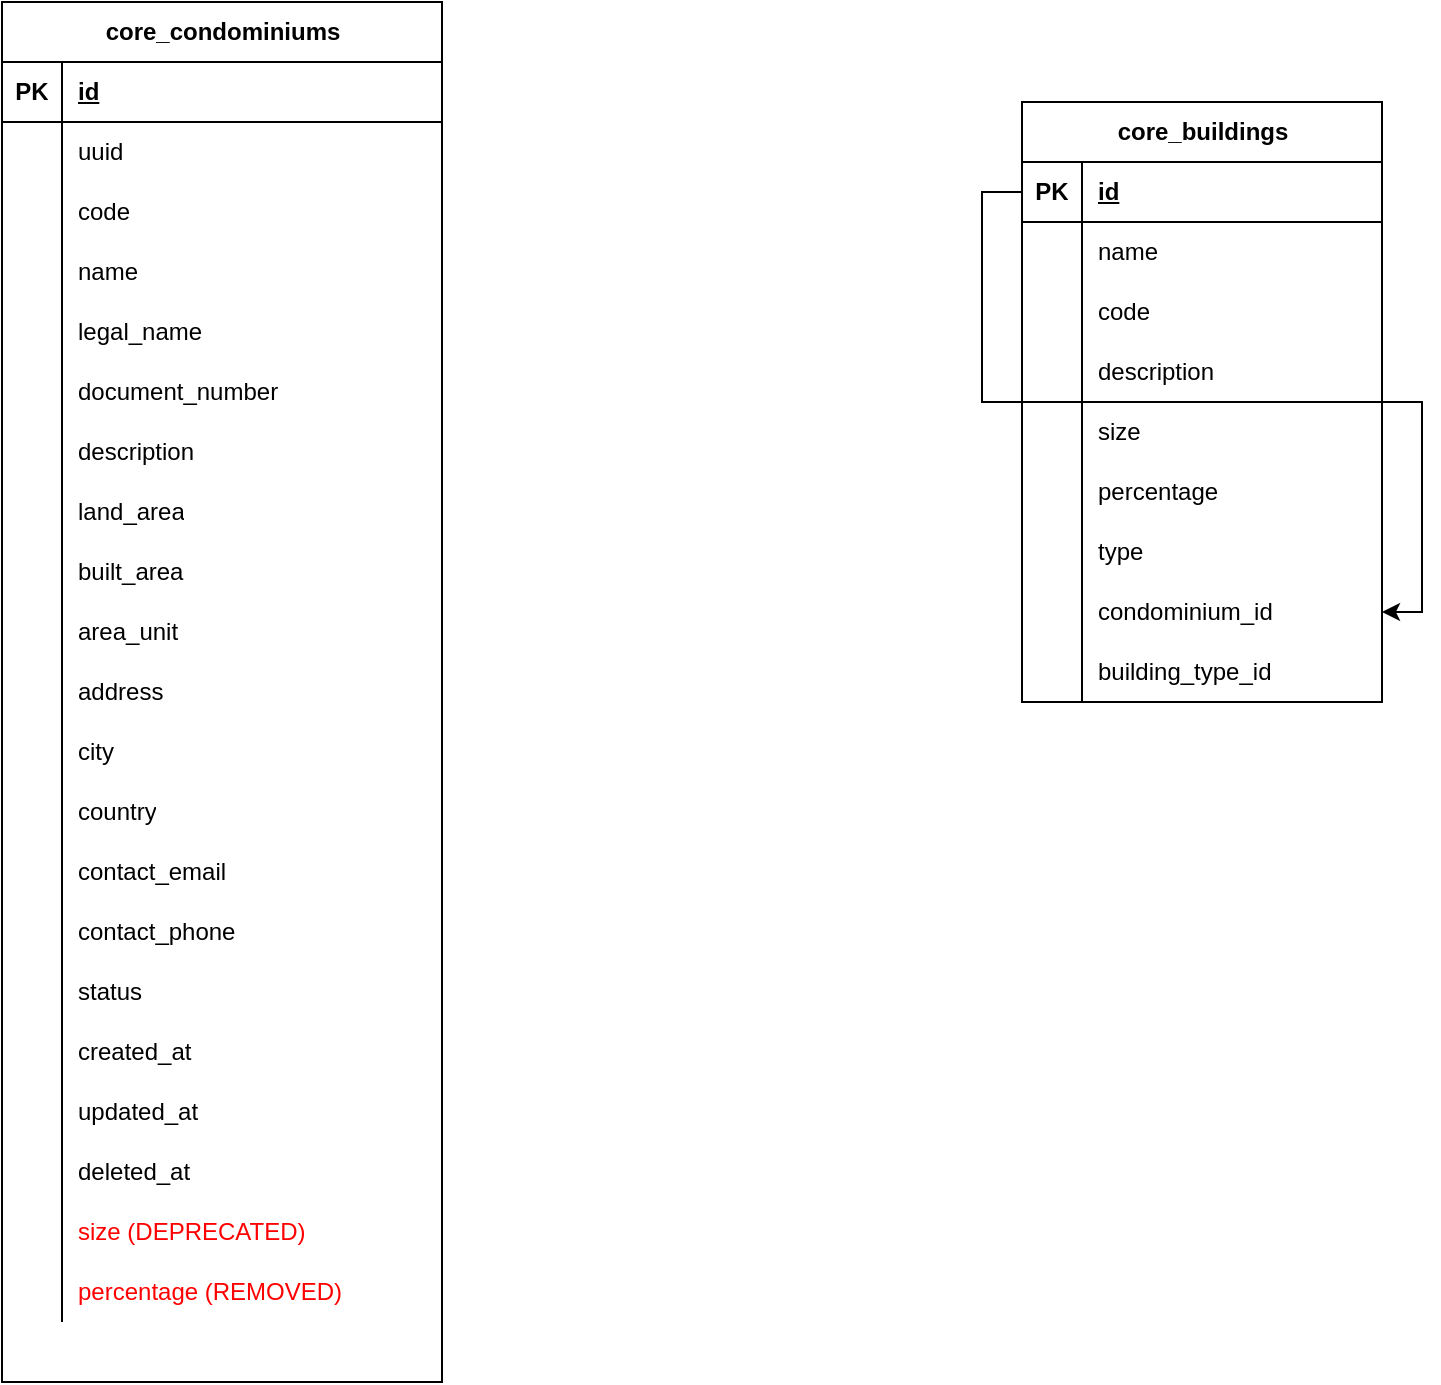
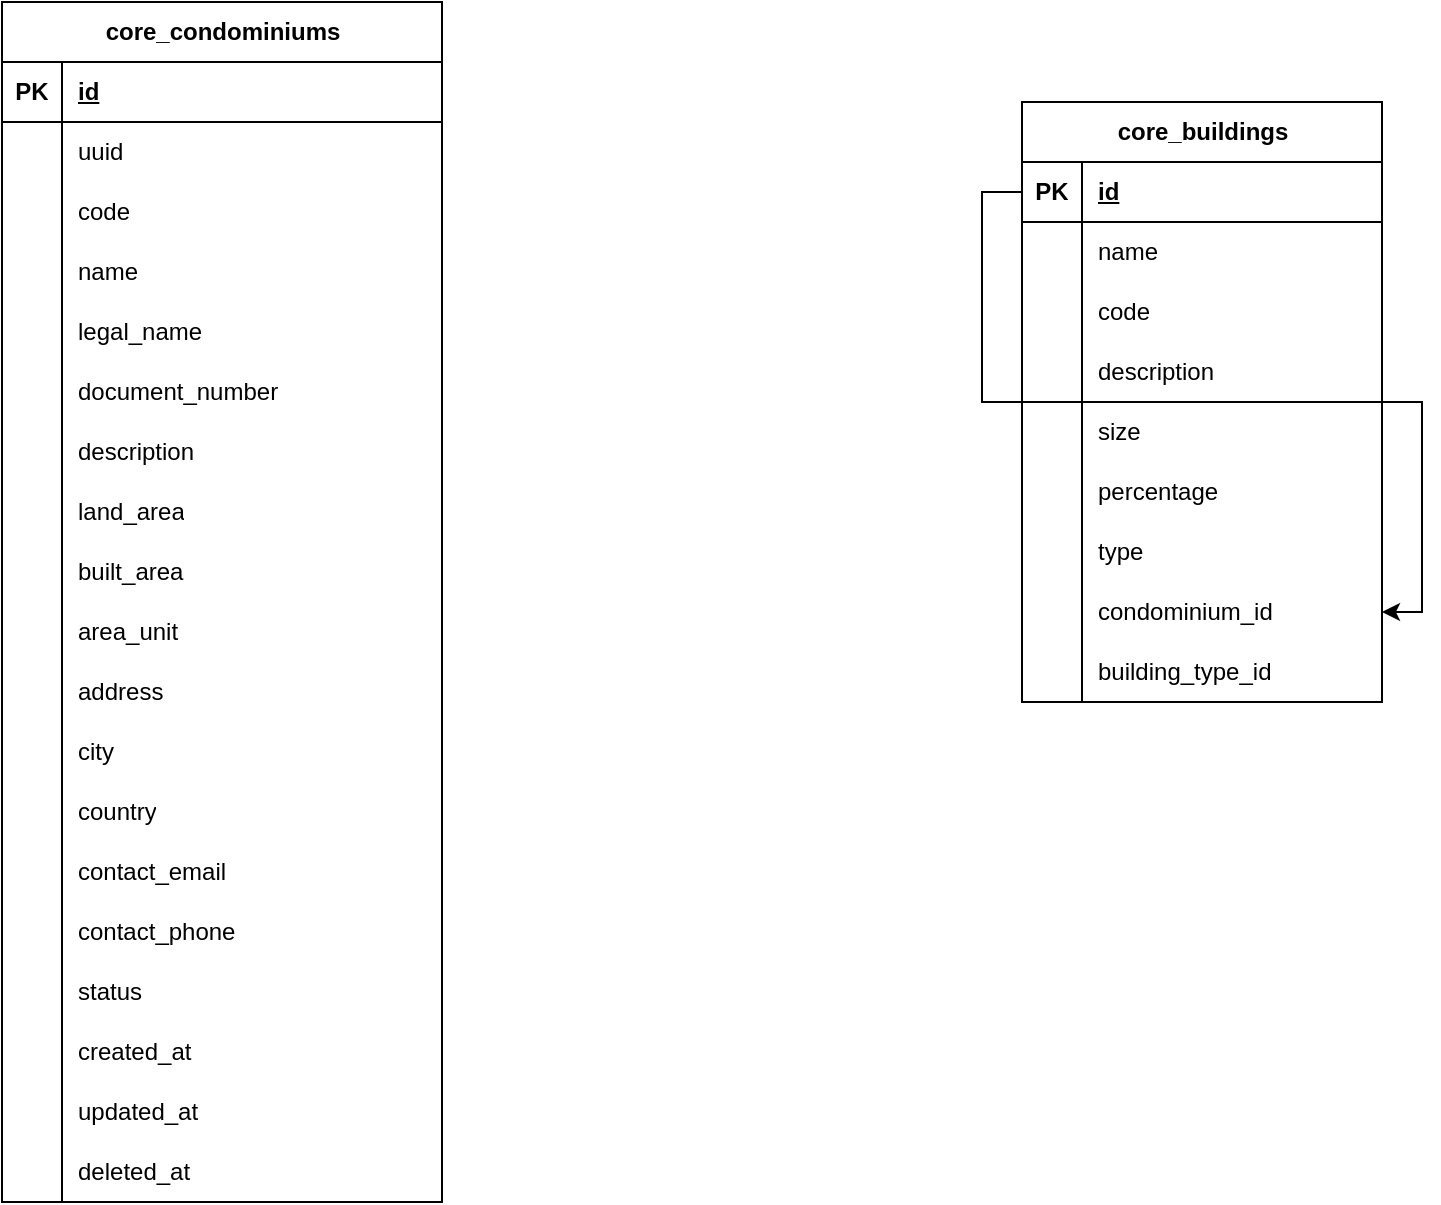
<mxfile host="Electron" agent="Mozilla/5.0 (Windows NT 10.0; Win64; x64) AppleWebKit/537.36 (KHTML, like Gecko) draw.io/29.5.2 Chrome/142.0.7444.265 Electron/39.6.1 Safari/537.36" version="29.5.2">
  <diagram name="Página-1" id="JGPIuedglYrKb9C4uH58">
    <mxGraphModel dx="1426" dy="2010" grid="1" gridSize="10" guides="1" tooltips="1" connect="1" arrows="1" fold="1" page="1" pageScale="1" pageWidth="827" pageHeight="1169" math="0" shadow="0">
      <root>
        <mxCell id="0" />
        <mxCell id="1" parent="0" />
        <!-- core_condominiums - UPDATED -->
        <mxCell id="ggqYYXc8T07ypDqH9P09-1" parent="1" style="shape=table;startSize=30;container=1;collapsible=1;childLayout=tableLayout;fixedRows=1;rowLines=0;fontStyle=1;align=center;resizeLast=1;html=1;" value="core_condominiums" vertex="1">
-           <mxGeometry height="690" width="220" x="70" y="250" as="geometry" />
+           <mxGeometry height="600" width="220" x="70" y="250" as="geometry" />
        </mxCell>
        <mxCell id="ggqYYXc8T07ypDqH9P09-2" parent="ggqYYXc8T07ypDqH9P09-1" style="shape=tableRow;horizontal=0;startSize=0;swimlaneHead=0;swimlaneBody=0;fillColor=none;collapsible=0;dropTarget=0;points=[[0,0.5],[1,0.5]];portConstraint=eastwest;top=0;left=0;right=0;bottom=1;" value="" vertex="1">
          <mxGeometry height="30" width="220" y="30" as="geometry" />
        </mxCell>
        <mxCell id="ggqYYXc8T07ypDqH9P09-3" parent="ggqYYXc8T07ypDqH9P09-2" style="shape=partialRectangle;connectable=0;fillColor=none;top=0;left=0;bottom=0;right=0;fontStyle=1;overflow=hidden;whiteSpace=wrap;html=1;" value="PK" vertex="1">
          <mxGeometry height="30" width="30" as="geometry">
            <mxRectangle height="30" width="30" as="alternateBounds" />
          </mxGeometry>
        </mxCell>
        <mxCell id="ggqYYXc8T07ypDqH9P09-4" parent="ggqYYXc8T07ypDqH9P09-2" style="shape=partialRectangle;connectable=0;fillColor=none;top=0;left=0;bottom=0;right=0;align=left;spacingLeft=6;fontStyle=5;overflow=hidden;whiteSpace=wrap;html=1;" value="id" vertex="1">
          <mxGeometry height="30" width="190" x="30" as="geometry">
            <mxRectangle height="30" width="190" as="alternateBounds" />
          </mxGeometry>
        </mxCell>
        <mxCell id="ggqYYXc8T07ypDqH9P09-5" parent="ggqYYXc8T07ypDqH9P09-1" style="shape=tableRow;horizontal=0;startSize=0;swimlaneHead=0;swimlaneBody=0;fillColor=none;collapsible=0;dropTarget=0;points=[[0,0.5],[1,0.5]];portConstraint=eastwest;top=0;left=0;right=0;bottom=0;" value="" vertex="1">
          <mxGeometry height="30" width="220" y="60" as="geometry" />
        </mxCell>
        <mxCell id="ggqYYXc8T07ypDqH9P09-6" parent="ggqYYXc8T07ypDqH9P09-5" style="shape=partialRectangle;connectable=0;fillColor=none;top=0;left=0;bottom=0;right=0;overflow=hidden;whiteSpace=wrap;html=1;" value="" vertex="1">
          <mxGeometry height="30" width="30" as="geometry">
            <mxRectangle height="30" width="30" as="alternateBounds" />
          </mxGeometry>
        </mxCell>
        <mxCell id="ggqYYXc8T07ypDqH9P09-7" parent="ggqYYXc8T07ypDqH9P09-5" style="shape=partialRectangle;connectable=0;fillColor=none;top=0;left=0;bottom=0;right=0;align=left;spacingLeft=6;overflow=hidden;whiteSpace=wrap;html=1;" value="uuid" vertex="1">
          <mxGeometry height="30" width="190" x="30" as="geometry">
            <mxRectangle height="30" width="190" as="alternateBounds" />
          </mxGeometry>
        </mxCell>
        <mxCell id="ggqYYXc8T07ypDqH9P09-8" parent="ggqYYXc8T07ypDqH9P09-1" style="shape=tableRow;horizontal=0;startSize=0;swimlaneHead=0;swimlaneBody=0;fillColor=none;collapsible=0;dropTarget=0;points=[[0,0.5],[1,0.5]];portConstraint=eastwest;top=0;left=0;right=0;bottom=0;" value="" vertex="1">
          <mxGeometry height="30" width="220" y="90" as="geometry" />
        </mxCell>
        <mxCell id="ggqYYXc8T07ypDqH9P09-9" parent="ggqYYXc8T07ypDqH9P09-8" style="shape=partialRectangle;connectable=0;fillColor=none;top=0;left=0;bottom=0;right=0;overflow=hidden;whiteSpace=wrap;html=1;" value="" vertex="1">
          <mxGeometry height="30" width="30" as="geometry">
            <mxRectangle height="30" width="30" as="alternateBounds" />
          </mxGeometry>
        </mxCell>
        <mxCell id="ggqYYXc8T07ypDqH9P09-10" parent="ggqYYXc8T07ypDqH9P09-8" style="shape=partialRectangle;connectable=0;fillColor=none;top=0;left=0;bottom=0;right=0;align=left;spacingLeft=6;overflow=hidden;whiteSpace=wrap;html=1;" value="code" vertex="1">
          <mxGeometry height="30" width="190" x="30" as="geometry">
            <mxRectangle height="30" width="190" as="alternateBounds" />
          </mxGeometry>
        </mxCell>
        <mxCell id="ggqYYXc8T07ypDqH9P09-11" parent="ggqYYXc8T07ypDqH9P09-1" style="shape=tableRow;horizontal=0;startSize=0;swimlaneHead=0;swimlaneBody=0;fillColor=none;collapsible=0;dropTarget=0;points=[[0,0.5],[1,0.5]];portConstraint=eastwest;top=0;left=0;right=0;bottom=0;" value="" vertex="1">
          <mxGeometry height="30" width="220" y="120" as="geometry" />
        </mxCell>
        <mxCell id="ggqYYXc8T07ypDqH9P09-12" parent="ggqYYXc8T07ypDqH9P09-11" style="shape=partialRectangle;connectable=0;fillColor=none;top=0;left=0;bottom=0;right=0;overflow=hidden;whiteSpace=wrap;html=1;" value="" vertex="1">
          <mxGeometry height="30" width="30" as="geometry">
            <mxRectangle height="30" width="30" as="alternateBounds" />
          </mxGeometry>
        </mxCell>
        <mxCell id="ggqYYXc8T07ypDqH9P09-13" parent="ggqYYXc8T07ypDqH9P09-11" style="shape=partialRectangle;connectable=0;fillColor=none;top=0;left=0;bottom=0;right=0;align=left;spacingLeft=6;overflow=hidden;whiteSpace=wrap;html=1;" value="name" vertex="1">
          <mxGeometry height="30" width="190" x="30" as="geometry">
            <mxRectangle height="30" width="190" as="alternateBounds" />
          </mxGeometry>
        </mxCell>
        <mxCell id="ggqYYXc8T07ypDqH9P09-14" parent="ggqYYXc8T07ypDqH9P09-1" style="shape=tableRow;horizontal=0;startSize=0;swimlaneHead=0;swimlaneBody=0;fillColor=none;collapsible=0;dropTarget=0;points=[[0,0.5],[1,0.5]];portConstraint=eastwest;top=0;left=0;right=0;bottom=0;" value="" vertex="1">
          <mxGeometry height="30" width="220" y="150" as="geometry" />
        </mxCell>
        <mxCell id="ggqYYXc8T07ypDqH9P09-15" parent="ggqYYXc8T07ypDqH9P09-14" style="shape=partialRectangle;connectable=0;fillColor=none;top=0;left=0;bottom=0;right=0;overflow=hidden;whiteSpace=wrap;html=1;" value="" vertex="1">
          <mxGeometry height="30" width="30" as="geometry">
            <mxRectangle height="30" width="30" as="alternateBounds" />
          </mxGeometry>
        </mxCell>
        <mxCell id="ggqYYXc8T07ypDqH9P09-16" parent="ggqYYXc8T07ypDqH9P09-14" style="shape=partialRectangle;connectable=0;fillColor=none;top=0;left=0;bottom=0;right=0;align=left;spacingLeft=6;overflow=hidden;whiteSpace=wrap;html=1;" value="legal_name" vertex="1">
          <mxGeometry height="30" width="190" x="30" as="geometry">
            <mxRectangle height="30" width="190" as="alternateBounds" />
          </mxGeometry>
        </mxCell>
        <mxCell id="ggqYYXc8T07ypDqH9P09-17" parent="ggqYYXc8T07ypDqH9P09-1" style="shape=tableRow;horizontal=0;startSize=0;swimlaneHead=0;swimlaneBody=0;fillColor=none;collapsible=0;dropTarget=0;points=[[0,0.5],[1,0.5]];portConstraint=eastwest;top=0;left=0;right=0;bottom=0;" value="" vertex="1">
          <mxGeometry height="30" width="220" y="180" as="geometry" />
        </mxCell>
        <mxCell id="ggqYYXc8T07ypDqH9P09-18" parent="ggqYYXc8T07ypDqH9P09-17" style="shape=partialRectangle;connectable=0;fillColor=none;top=0;left=0;bottom=0;right=0;overflow=hidden;whiteSpace=wrap;html=1;" value="" vertex="1">
          <mxGeometry height="30" width="30" as="geometry">
            <mxRectangle height="30" width="30" as="alternateBounds" />
          </mxGeometry>
        </mxCell>
        <mxCell id="ggqYYXc8T07ypDqH9P09-19" parent="ggqYYXc8T07ypDqH9P09-17" style="shape=partialRectangle;connectable=0;fillColor=none;top=0;left=0;bottom=0;right=0;align=left;spacingLeft=6;overflow=hidden;whiteSpace=wrap;html=1;" value="document_number" vertex="1">
          <mxGeometry height="30" width="190" x="30" as="geometry">
            <mxRectangle height="30" width="190" as="alternateBounds" />
          </mxGeometry>
        </mxCell>
        <mxCell id="ggqYYXc8T07ypDqH9P09-20" parent="ggqYYXc8T07ypDqH9P09-1" style="shape=tableRow;horizontal=0;startSize=0;swimlaneHead=0;swimlaneBody=0;fillColor=none;collapsible=0;dropTarget=0;points=[[0,0.5],[1,0.5]];portConstraint=eastwest;top=0;left=0;right=0;bottom=0;" value="" vertex="1">
          <mxGeometry height="30" width="220" y="210" as="geometry" />
        </mxCell>
        <mxCell id="ggqYYXc8T07ypDqH9P09-21" parent="ggqYYXc8T07ypDqH9P09-20" style="shape=partialRectangle;connectable=0;fillColor=none;top=0;left=0;bottom=0;right=0;overflow=hidden;whiteSpace=wrap;html=1;" value="" vertex="1">
          <mxGeometry height="30" width="30" as="geometry">
            <mxRectangle height="30" width="30" as="alternateBounds" />
          </mxGeometry>
        </mxCell>
        <mxCell id="ggqYYXc8T07ypDqH9P09-22" parent="ggqYYXc8T07ypDqH9P09-20" style="shape=partialRectangle;connectable=0;fillColor=none;top=0;left=0;bottom=0;right=0;align=left;spacingLeft=6;overflow=hidden;whiteSpace=wrap;html=1;" value="description" vertex="1">
          <mxGeometry height="30" width="190" x="30" as="geometry">
            <mxRectangle height="30" width="190" as="alternateBounds" />
          </mxGeometry>
        </mxCell>
        <mxCell id="ggqYYXc8T07ypDqH9P09-23" parent="ggqYYXc8T07ypDqH9P09-1" style="shape=tableRow;horizontal=0;startSize=0;swimlaneHead=0;swimlaneBody=0;fillColor=none;collapsible=0;dropTarget=0;points=[[0,0.5],[1,0.5]];portConstraint=eastwest;top=0;left=0;right=0;bottom=0;" value="" vertex="1">
          <mxGeometry height="30" width="220" y="240" as="geometry" />
        </mxCell>
        <mxCell id="ggqYYXc8T07ypDqH9P09-24" parent="ggqYYXc8T07ypDqH9P09-23" style="shape=partialRectangle;connectable=0;fillColor=none;top=0;left=0;bottom=0;right=0;overflow=hidden;whiteSpace=wrap;html=1;" value="" vertex="1">
          <mxGeometry height="30" width="30" as="geometry">
            <mxRectangle height="30" width="30" as="alternateBounds" />
          </mxGeometry>
        </mxCell>
        <mxCell id="ggqYYXc8T07ypDqH9P09-25" parent="ggqYYXc8T07ypDqH9P09-23" style="shape=partialRectangle;connectable=0;fillColor=none;top=0;left=0;bottom=0;right=0;align=left;spacingLeft=6;overflow=hidden;whiteSpace=wrap;html=1;" value="land_area" vertex="1">
          <mxGeometry height="30" width="190" x="30" as="geometry">
            <mxRectangle height="30" width="190" as="alternateBounds" />
          </mxGeometry>
        </mxCell>
        <mxCell id="ggqYYXc8T07ypDqH9P09-26" parent="ggqYYXc8T07ypDqH9P09-1" style="shape=tableRow;horizontal=0;startSize=0;swimlaneHead=0;swimlaneBody=0;fillColor=none;collapsible=0;dropTarget=0;points=[[0,0.5],[1,0.5]];portConstraint=eastwest;top=0;left=0;right=0;bottom=0;" value="" vertex="1">
          <mxGeometry height="30" width="220" y="270" as="geometry" />
        </mxCell>
        <mxCell id="ggqYYXc8T07ypDqH9P09-27" parent="ggqYYXc8T07ypDqH9P09-26" style="shape=partialRectangle;connectable=0;fillColor=none;top=0;left=0;bottom=0;right=0;overflow=hidden;whiteSpace=wrap;html=1;" value="" vertex="1">
          <mxGeometry height="30" width="30" as="geometry">
            <mxRectangle height="30" width="30" as="alternateBounds" />
          </mxGeometry>
        </mxCell>
        <mxCell id="ggqYYXc8T07ypDqH9P09-28" parent="ggqYYXc8T07ypDqH9P09-26" style="shape=partialRectangle;connectable=0;fillColor=none;top=0;left=0;bottom=0;right=0;align=left;spacingLeft=6;overflow=hidden;whiteSpace=wrap;html=1;" value="built_area" vertex="1">
          <mxGeometry height="30" width="190" x="30" as="geometry">
            <mxRectangle height="30" width="190" as="alternateBounds" />
          </mxGeometry>
        </mxCell>
        <mxCell id="ggqYYXc8T07ypDqH9P09-29" parent="ggqYYXc8T07ypDqH9P09-1" style="shape=tableRow;horizontal=0;startSize=0;swimlaneHead=0;swimlaneBody=0;fillColor=none;collapsible=0;dropTarget=0;points=[[0,0.5],[1,0.5]];portConstraint=eastwest;top=0;left=0;right=0;bottom=0;" value="" vertex="1">
          <mxGeometry height="30" width="220" y="300" as="geometry" />
        </mxCell>
        <mxCell id="ggqYYXc8T07ypDqH9P09-30" parent="ggqYYXc8T07ypDqH9P09-29" style="shape=partialRectangle;connectable=0;fillColor=none;top=0;left=0;bottom=0;right=0;overflow=hidden;whiteSpace=wrap;html=1;" value="" vertex="1">
          <mxGeometry height="30" width="30" as="geometry">
            <mxRectangle height="30" width="30" as="alternateBounds" />
          </mxGeometry>
        </mxCell>
        <mxCell id="ggqYYXc8T07ypDqH9P09-31" parent="ggqYYXc8T07ypDqH9P09-29" style="shape=partialRectangle;connectable=0;fillColor=none;top=0;left=0;bottom=0;right=0;align=left;spacingLeft=6;overflow=hidden;whiteSpace=wrap;html=1;" value="area_unit" vertex="1">
          <mxGeometry height="30" width="190" x="30" as="geometry">
            <mxRectangle height="30" width="190" as="alternateBounds" />
          </mxGeometry>
        </mxCell>
        <mxCell id="ggqYYXc8T07ypDqH9P09-32" parent="ggqYYXc8T07ypDqH9P09-1" style="shape=tableRow;horizontal=0;startSize=0;swimlaneHead=0;swimlaneBody=0;fillColor=none;collapsible=0;dropTarget=0;points=[[0,0.5],[1,0.5]];portConstraint=eastwest;top=0;left=0;right=0;bottom=0;" value="" vertex="1">
          <mxGeometry height="30" width="220" y="330" as="geometry" />
        </mxCell>
        <mxCell id="ggqYYXc8T07ypDqH9P09-33" parent="ggqYYXc8T07ypDqH9P09-32" style="shape=partialRectangle;connectable=0;fillColor=none;top=0;left=0;bottom=0;right=0;overflow=hidden;whiteSpace=wrap;html=1;" value="" vertex="1">
          <mxGeometry height="30" width="30" as="geometry">
            <mxRectangle height="30" width="30" as="alternateBounds" />
          </mxGeometry>
        </mxCell>
        <mxCell id="ggqYYXc8T07ypDqH9P09-34" parent="ggqYYXc8T07ypDqH9P09-32" style="shape=partialRectangle;connectable=0;fillColor=none;top=0;left=0;bottom=0;right=0;align=left;spacingLeft=6;overflow=hidden;whiteSpace=wrap;html=1;" value="address" vertex="1">
          <mxGeometry height="30" width="190" x="30" as="geometry">
            <mxRectangle height="30" width="190" as="alternateBounds" />
          </mxGeometry>
        </mxCell>
        <mxCell id="ggqYYXc8T07ypDqH9P09-35" parent="ggqYYXc8T07ypDqH9P09-1" style="shape=tableRow;horizontal=0;startSize=0;swimlaneHead=0;swimlaneBody=0;fillColor=none;collapsible=0;dropTarget=0;points=[[0,0.5],[1,0.5]];portConstraint=eastwest;top=0;left=0;right=0;bottom=0;" value="" vertex="1">
          <mxGeometry height="30" width="220" y="360" as="geometry" />
        </mxCell>
        <mxCell id="ggqYYXc8T07ypDqH9P09-36" parent="ggqYYXc8T07ypDqH9P09-35" style="shape=partialRectangle;connectable=0;fillColor=none;top=0;left=0;bottom=0;right=0;overflow=hidden;whiteSpace=wrap;html=1;" value="" vertex="1">
          <mxGeometry height="30" width="30" as="geometry">
            <mxRectangle height="30" width="30" as="alternateBounds" />
          </mxGeometry>
        </mxCell>
        <mxCell id="ggqYYXc8T07ypDqH9P09-37" parent="ggqYYXc8T07ypDqH9P09-35" style="shape=partialRectangle;connectable=0;fillColor=none;top=0;left=0;bottom=0;right=0;align=left;spacingLeft=6;overflow=hidden;whiteSpace=wrap;html=1;" value="city" vertex="1">
          <mxGeometry height="30" width="190" x="30" as="geometry">
            <mxRectangle height="30" width="190" as="alternateBounds" />
          </mxGeometry>
        </mxCell>
        <mxCell id="ggqYYXc8T07ypDqH9P09-38" parent="ggqYYXc8T07ypDqH9P09-1" style="shape=tableRow;horizontal=0;startSize=0;swimlaneHead=0;swimlaneBody=0;fillColor=none;collapsible=0;dropTarget=0;points=[[0,0.5],[1,0.5]];portConstraint=eastwest;top=0;left=0;right=0;bottom=0;" value="" vertex="1">
          <mxGeometry height="30" width="220" y="390" as="geometry" />
        </mxCell>
        <mxCell id="ggqYYXc8T07ypDqH9P09-39" parent="ggqYYXc8T07ypDqH9P09-38" style="shape=partialRectangle;connectable=0;fillColor=none;top=0;left=0;bottom=0;right=0;overflow=hidden;whiteSpace=wrap;html=1;" value="" vertex="1">
          <mxGeometry height="30" width="30" as="geometry">
            <mxRectangle height="30" width="30" as="alternateBounds" />
          </mxGeometry>
        </mxCell>
        <mxCell id="ggqYYXc8T07ypDqH9P09-40" parent="ggqYYXc8T07ypDqH9P09-38" style="shape=partialRectangle;connectable=0;fillColor=none;top=0;left=0;bottom=0;right=0;align=left;spacingLeft=6;overflow=hidden;whiteSpace=wrap;html=1;" value="country" vertex="1">
          <mxGeometry height="30" width="190" x="30" as="geometry">
            <mxRectangle height="30" width="190" as="alternateBounds" />
          </mxGeometry>
        </mxCell>
        <mxCell id="ggqYYXc8T07ypDqH9P09-41" parent="ggqYYXc8T07ypDqH9P09-1" style="shape=tableRow;horizontal=0;startSize=0;swimlaneHead=0;swimlaneBody=0;fillColor=none;collapsible=0;dropTarget=0;points=[[0,0.5],[1,0.5]];portConstraint=eastwest;top=0;left=0;right=0;bottom=0;" value="" vertex="1">
          <mxGeometry height="30" width="220" y="420" as="geometry" />
        </mxCell>
        <mxCell id="ggqYYXc8T07ypDqH9P09-42" parent="ggqYYXc8T07ypDqH9P09-41" style="shape=partialRectangle;connectable=0;fillColor=none;top=0;left=0;bottom=0;right=0;overflow=hidden;whiteSpace=wrap;html=1;" value="" vertex="1">
          <mxGeometry height="30" width="30" as="geometry">
            <mxRectangle height="30" width="30" as="alternateBounds" />
          </mxGeometry>
        </mxCell>
        <mxCell id="ggqYYXc8T07ypDqH9P09-43" parent="ggqYYXc8T07ypDqH9P09-41" style="shape=partialRectangle;connectable=0;fillColor=none;top=0;left=0;bottom=0;right=0;align=left;spacingLeft=6;overflow=hidden;whiteSpace=wrap;html=1;" value="contact_email" vertex="1">
          <mxGeometry height="30" width="190" x="30" as="geometry">
            <mxRectangle height="30" width="190" as="alternateBounds" />
          </mxGeometry>
        </mxCell>
        <mxCell id="ggqYYXc8T07ypDqH9P09-44" parent="ggqYYXc8T07ypDqH9P09-1" style="shape=tableRow;horizontal=0;startSize=0;swimlaneHead=0;swimlaneBody=0;fillColor=none;collapsible=0;dropTarget=0;points=[[0,0.5],[1,0.5]];portConstraint=eastwest;top=0;left=0;right=0;bottom=0;" value="" vertex="1">
          <mxGeometry height="30" width="220" y="450" as="geometry" />
        </mxCell>
        <mxCell id="ggqYYXc8T07ypDqH9P09-45" parent="ggqYYXc8T07ypDqH9P09-44" style="shape=partialRectangle;connectable=0;fillColor=none;top=0;left=0;bottom=0;right=0;overflow=hidden;whiteSpace=wrap;html=1;" value="" vertex="1">
          <mxGeometry height="30" width="30" as="geometry">
            <mxRectangle height="30" width="30" as="alternateBounds" />
          </mxGeometry>
        </mxCell>
        <mxCell id="ggqYYXc8T07ypDqH9P09-46" parent="ggqYYXc8T07ypDqH9P09-44" style="shape=partialRectangle;connectable=0;fillColor=none;top=0;left=0;bottom=0;right=0;align=left;spacingLeft=6;overflow=hidden;whiteSpace=wrap;html=1;" value="contact_phone" vertex="1">
          <mxGeometry height="30" width="190" x="30" as="geometry">
            <mxRectangle height="30" width="190" as="alternateBounds" />
          </mxGeometry>
        </mxCell>
        <mxCell id="ggqYYXc8T07ypDqH9P09-47" parent="ggqYYXc8T07ypDqH9P09-1" style="shape=tableRow;horizontal=0;startSize=0;swimlaneHead=0;swimlaneBody=0;fillColor=none;collapsible=0;dropTarget=0;points=[[0,0.5],[1,0.5]];portConstraint=eastwest;top=0;left=0;right=0;bottom=0;" value="" vertex="1">
          <mxGeometry height="30" width="220" y="480" as="geometry" />
        </mxCell>
        <mxCell id="ggqYYXc8T07ypDqH9P09-48" parent="ggqYYXc8T07ypDqH9P09-47" style="shape=partialRectangle;connectable=0;fillColor=none;top=0;left=0;bottom=0;right=0;overflow=hidden;whiteSpace=wrap;html=1;" value="" vertex="1">
          <mxGeometry height="30" width="30" as="geometry">
            <mxRectangle height="30" width="30" as="alternateBounds" />
          </mxGeometry>
        </mxCell>
        <mxCell id="ggqYYXc8T07ypDqH9P09-49" parent="ggqYYXc8T07ypDqH9P09-47" style="shape=partialRectangle;connectable=0;fillColor=none;top=0;left=0;bottom=0;right=0;align=left;spacingLeft=6;overflow=hidden;whiteSpace=wrap;html=1;" value="status" vertex="1">
          <mxGeometry height="30" width="190" x="30" as="geometry">
            <mxRectangle height="30" width="190" as="alternateBounds" />
          </mxGeometry>
        </mxCell>
        <mxCell id="ggqYYXc8T07ypDqH9P09-50" parent="ggqYYXc8T07ypDqH9P09-1" style="shape=tableRow;horizontal=0;startSize=0;swimlaneHead=0;swimlaneBody=0;fillColor=none;collapsible=0;dropTarget=0;points=[[0,0.5],[1,0.5]];portConstraint=eastwest;top=0;left=0;right=0;bottom=0;" value="" vertex="1">
          <mxGeometry height="30" width="220" y="510" as="geometry" />
        </mxCell>
        <mxCell id="ggqYYXc8T07ypDqH9P09-51" parent="ggqYYXc8T07ypDqH9P09-50" style="shape=partialRectangle;connectable=0;fillColor=none;top=0;left=0;bottom=0;right=0;overflow=hidden;whiteSpace=wrap;html=1;" value="" vertex="1">
          <mxGeometry height="30" width="30" as="geometry">
            <mxRectangle height="30" width="30" as="alternateBounds" />
          </mxGeometry>
        </mxCell>
        <mxCell id="ggqYYXc8T07ypDqH9P09-52" parent="ggqYYXc8T07ypDqH9P09-50" style="shape=partialRectangle;connectable=0;fillColor=none;top=0;left=0;bottom=0;right=0;align=left;spacingLeft=6;overflow=hidden;whiteSpace=wrap;html=1;" value="created_at" vertex="1">
          <mxGeometry height="30" width="190" x="30" as="geometry">
            <mxRectangle height="30" width="190" as="alternateBounds" />
          </mxGeometry>
        </mxCell>
        <mxCell id="ggqYYXc8T07ypDqH9P09-53" parent="ggqYYXc8T07ypDqH9P09-1" style="shape=tableRow;horizontal=0;startSize=0;swimlaneHead=0;swimlaneBody=0;fillColor=none;collapsible=0;dropTarget=0;points=[[0,0.5],[1,0.5]];portConstraint=eastwest;top=0;left=0;right=0;bottom=0;" value="" vertex="1">
          <mxGeometry height="30" width="220" y="540" as="geometry" />
        </mxCell>
        <mxCell id="ggqYYXc8T07ypDqH9P09-54" parent="ggqYYXc8T07ypDqH9P09-53" style="shape=partialRectangle;connectable=0;fillColor=none;top=0;left=0;bottom=0;right=0;overflow=hidden;whiteSpace=wrap;html=1;" value="" vertex="1">
          <mxGeometry height="30" width="30" as="geometry">
            <mxRectangle height="30" width="30" as="alternateBounds" />
          </mxGeometry>
        </mxCell>
        <mxCell id="ggqYYXc8T07ypDqH9P09-55" parent="ggqYYXc8T07ypDqH9P09-53" style="shape=partialRectangle;connectable=0;fillColor=none;top=0;left=0;bottom=0;right=0;align=left;spacingLeft=6;overflow=hidden;whiteSpace=wrap;html=1;" value="updated_at" vertex="1">
          <mxGeometry height="30" width="190" x="30" as="geometry">
            <mxRectangle height="30" width="190" as="alternateBounds" />
          </mxGeometry>
        </mxCell>
        <mxCell id="ggqYYXc8T07ypDqH9P09-56" parent="ggqYYXc8T07ypDqH9P09-1" style="shape=tableRow;horizontal=0;startSize=0;swimlaneHead=0;swimlaneBody=0;fillColor=none;collapsible=0;dropTarget=0;points=[[0,0.5],[1,0.5]];portConstraint=eastwest;top=0;left=0;right=0;bottom=0;" value="" vertex="1">
          <mxGeometry height="30" width="220" y="570" as="geometry" />
        </mxCell>
        <mxCell id="ggqYYXc8T07ypDqH9P09-57" parent="ggqYYXc8T07ypDqH9P09-56" style="shape=partialRectangle;connectable=0;fillColor=none;top=0;left=0;bottom=0;right=0;overflow=hidden;whiteSpace=wrap;html=1;" value="" vertex="1">
          <mxGeometry height="30" width="30" as="geometry">
            <mxRectangle height="30" width="30" as="alternateBounds" />
          </mxGeometry>
        </mxCell>
        <mxCell id="ggqYYXc8T07ypDqH9P09-58" parent="ggqYYXc8T07ypDqH9P09-56" style="shape=partialRectangle;connectable=0;fillColor=none;top=0;left=0;bottom=0;right=0;align=left;spacingLeft=6;overflow=hidden;whiteSpace=wrap;html=1;" value="deleted_at" vertex="1">
          <mxGeometry height="30" width="190" x="30" as="geometry">
            <mxRectangle height="30" width="190" as="alternateBounds" />
          </mxGeometry>
        </mxCell>
-         <mxCell id="ggqYYXc8T07ypDqH9P09-59" parent="ggqYYXc8T07ypDqH9P09-1" style="shape=tableRow;horizontal=0;startSize=0;swimlaneHead=0;swimlaneBody=0;fillColor=none;collapsible=0;dropTarget=0;points=[[0,0.5],[1,0.5]];portConstraint=eastwest;top=0;left=0;right=0;bottom=0;" value="" vertex="1">
-           <mxGeometry height="30" width="220" y="600" as="geometry" />
-         </mxCell>
-         <mxCell id="ggqYYXc8T07ypDqH9P09-60" parent="ggqYYXc8T07ypDqH9P09-59" style="shape=partialRectangle;connectable=0;fillColor=none;top=0;left=0;bottom=0;right=0;overflow=hidden;whiteSpace=wrap;html=1;" value="" vertex="1">
-           <mxGeometry height="30" width="30" as="geometry">
-             <mxRectangle height="30" width="30" as="alternateBounds" />
-           </mxGeometry>
-         </mxCell>
-         <mxCell id="ggqYYXc8T07ypDqH9P09-61" parent="ggqYYXc8T07ypDqH9P09-59" style="shape=partialRectangle;connectable=0;fillColor=none;top=0;left=0;bottom=0;right=0;align=left;spacingLeft=6;overflow=hidden;whiteSpace=wrap;html=1;fontColor=#FF0000;" value="size (DEPRECATED)" vertex="1">
-           <mxGeometry height="30" width="190" x="30" as="geometry">
-             <mxRectangle height="30" width="190" as="alternateBounds" />
-           </mxGeometry>
-         </mxCell>
-         <mxCell id="ggqYYXc8T07ypDqH9P09-62" parent="ggqYYXc8T07ypDqH9P09-1" style="shape=tableRow;horizontal=0;startSize=0;swimlaneHead=0;swimlaneBody=0;fillColor=none;collapsible=0;dropTarget=0;points=[[0,0.5],[1,0.5]];portConstraint=eastwest;top=0;left=0;right=0;bottom=0;" value="" vertex="1">
-           <mxGeometry height="30" width="220" y="630" as="geometry" />
-         </mxCell>
-         <mxCell id="ggqYYXc8T07ypDqH9P09-63" parent="ggqYYXc8T07ypDqH9P09-62" style="shape=partialRectangle;connectable=0;fillColor=none;top=0;left=0;bottom=0;right=0;overflow=hidden;whiteSpace=wrap;html=1;" value="" vertex="1">
-           <mxGeometry height="30" width="30" as="geometry">
-             <mxRectangle height="30" width="30" as="alternateBounds" />
-           </mxGeometry>
-         </mxCell>
-         <mxCell id="ggqYYXc8T07ypDqH9P09-64" parent="ggqYYXc8T07ypDqH9P09-62" style="shape=partialRectangle;connectable=0;fillColor=none;top=0;left=0;bottom=0;right=0;align=left;spacingLeft=6;overflow=hidden;whiteSpace=wrap;html=1;fontColor=#FF0000;" value="percentage (REMOVED)" vertex="1">
-           <mxGeometry height="30" width="190" x="30" as="geometry">
-             <mxRectangle height="30" width="190" as="alternateBounds" />
-           </mxGeometry>
-         </mxCell>
+ 
+ 
        <!-- Other tables remain unchanged -->
        <mxCell id="ggqYYXc8T07ypDqH9P09-65" parent="1" style="shape=table;startSize=30;container=1;collapsible=1;childLayout=tableLayout;fixedRows=1;rowLines=0;fontStyle=1;align=center;resizeLast=1;html=1;" value="core_buildings" vertex="1">
          <mxGeometry height="300" width="180" x="580" y="300" as="geometry" />
        </mxCell>
        <mxCell id="ggqYYXc8T07ypDqH9P09-66" parent="ggqYYXc8T07ypDqH9P09-65" style="shape=tableRow;horizontal=0;startSize=0;swimlaneHead=0;swimlaneBody=0;fillColor=none;collapsible=0;dropTarget=0;points=[[0,0.5],[1,0.5]];portConstraint=eastwest;top=0;left=0;right=0;bottom=1;" value="" vertex="1">
          <mxGeometry height="30" width="180" y="30" as="geometry" />
        </mxCell>
        <mxCell id="ggqYYXc8T07ypDqH9P09-67" parent="ggqYYXc8T07ypDqH9P09-66" style="shape=partialRectangle;connectable=0;fillColor=none;top=0;left=0;bottom=0;right=0;fontStyle=1;overflow=hidden;whiteSpace=wrap;html=1;" value="PK" vertex="1">
          <mxGeometry height="30" width="30" as="geometry">
            <mxRectangle height="30" width="30" as="alternateBounds" />
          </mxGeometry>
        </mxCell>
        <mxCell id="ggqYYXc8T07ypDqH9P09-68" parent="ggqYYXc8T07ypDqH9P09-66" style="shape=partialRectangle;connectable=0;fillColor=none;top=0;left=0;bottom=0;right=0;align=left;spacingLeft=6;fontStyle=5;overflow=hidden;whiteSpace=wrap;html=1;" value="id" vertex="1">
          <mxGeometry height="30" width="150" x="30" as="geometry">
            <mxRectangle height="30" width="150" as="alternateBounds" />
          </mxGeometry>
        </mxCell>
        <mxCell id="ggqYYXc8T07ypDqH9P09-69" parent="ggqYYXc8T07ypDqH9P09-65" style="shape=tableRow;horizontal=0;startSize=0;swimlaneHead=0;swimlaneBody=0;fillColor=none;collapsible=0;dropTarget=0;points=[[0,0.5],[1,0.5]];portConstraint=eastwest;top=0;left=0;right=0;bottom=0;" value="" vertex="1">
          <mxGeometry height="30" width="180" y="60" as="geometry" />
        </mxCell>
        <mxCell id="ggqYYXc8T07ypDqH9P09-70" parent="ggqYYXc8T07ypDqH9P09-69" style="shape=partialRectangle;connectable=0;fillColor=none;top=0;left=0;bottom=0;right=0;editable=1;overflow=hidden;whiteSpace=wrap;html=1;" value="" vertex="1">
          <mxGeometry height="30" width="30" as="geometry">
            <mxRectangle height="30" width="30" as="alternateBounds" />
          </mxGeometry>
        </mxCell>
        <mxCell id="ggqYYXc8T07ypDqH9P09-71" parent="ggqYYXc8T07ypDqH9P09-69" style="shape=partialRectangle;connectable=0;fillColor=none;top=0;left=0;bottom=0;right=0;align=left;spacingLeft=6;overflow=hidden;whiteSpace=wrap;html=1;" value="name" vertex="1">
          <mxGeometry height="30" width="150" x="30" as="geometry">
            <mxRectangle height="30" width="150" as="alternateBounds" />
          </mxGeometry>
        </mxCell>
        <mxCell id="ggqYYXc8T07ypDqH9P09-72" parent="ggqYYXc8T07ypDqH9P09-65" style="shape=tableRow;horizontal=0;startSize=0;swimlaneHead=0;swimlaneBody=0;fillColor=none;collapsible=0;dropTarget=0;points=[[0,0.5],[1,0.5]];portConstraint=eastwest;top=0;left=0;right=0;bottom=0;" value="" vertex="1">
          <mxGeometry height="30" width="180" y="90" as="geometry" />
        </mxCell>
        <mxCell id="ggqYYXc8T07ypDqH9P09-73" parent="ggqYYXc8T07ypDqH9P09-72" style="shape=partialRectangle;connectable=0;fillColor=none;top=0;left=0;bottom=0;right=0;editable=1;overflow=hidden;whiteSpace=wrap;html=1;" value="" vertex="1">
          <mxGeometry height="30" width="30" as="geometry">
            <mxRectangle height="30" width="30" as="alternateBounds" />
          </mxGeometry>
        </mxCell>
        <mxCell id="ggqYYXc8T07ypDqH9P09-74" parent="ggqYYXc8T07ypDqH9P09-72" style="shape=partialRectangle;connectable=0;fillColor=none;top=0;left=0;bottom=0;right=0;align=left;spacingLeft=6;overflow=hidden;whiteSpace=wrap;html=1;" value="code" vertex="1">
          <mxGeometry height="30" width="150" x="30" as="geometry">
            <mxRectangle height="30" width="150" as="alternateBounds" />
          </mxGeometry>
        </mxCell>
        <mxCell id="ggqYYXc8T07ypDqH9P09-75" parent="ggqYYXc8T07ypDqH9P09-65" style="shape=tableRow;horizontal=0;startSize=0;swimlaneHead=0;swimlaneBody=0;fillColor=none;collapsible=0;dropTarget=0;points=[[0,0.5],[1,0.5]];portConstraint=eastwest;top=0;left=0;right=0;bottom=0;" value="" vertex="1">
          <mxGeometry height="30" width="180" y="120" as="geometry" />
        </mxCell>
        <mxCell id="ggqYYXc8T07ypDqH9P09-76" parent="ggqYYXc8T07ypDqH9P09-75" style="shape=partialRectangle;connectable=0;fillColor=none;top=0;left=0;bottom=0;right=0;editable=1;overflow=hidden;whiteSpace=wrap;html=1;" value="" vertex="1">
          <mxGeometry height="30" width="30" as="geometry">
            <mxRectangle height="30" width="30" as="alternateBounds" />
          </mxGeometry>
        </mxCell>
        <mxCell id="ggqYYXc8T07ypDqH9P09-77" parent="ggqYYXc8T07ypDqH9P09-75" style="shape=partialRectangle;connectable=0;fillColor=none;top=0;left=0;bottom=0;right=0;align=left;spacingLeft=6;overflow=hidden;whiteSpace=wrap;html=1;" value="description" vertex="1">
          <mxGeometry height="30" width="150" x="30" as="geometry">
            <mxRectangle height="30" width="150" as="alternateBounds" />
          </mxGeometry>
        </mxCell>
        <mxCell id="ggqYYXc8T07ypDqH9P09-78" parent="ggqYYXc8T07ypDqH9P09-65" style="shape=tableRow;horizontal=0;startSize=0;swimlaneHead=0;swimlaneBody=0;fillColor=none;collapsible=0;dropTarget=0;points=[[0,0.5],[1,0.5]];portConstraint=eastwest;top=0;left=0;right=0;bottom=0;" value="" vertex="1">
          <mxGeometry height="30" width="180" y="150" as="geometry" />
        </mxCell>
        <mxCell id="ggqYYXc8T07ypDqH9P09-79" parent="ggqYYXc8T07ypDqH9P09-78" style="shape=partialRectangle;connectable=0;fillColor=none;top=0;left=0;bottom=0;right=0;editable=1;overflow=hidden;whiteSpace=wrap;html=1;" value="" vertex="1">
          <mxGeometry height="30" width="30" as="geometry">
            <mxRectangle height="30" width="30" as="alternateBounds" />
          </mxGeometry>
        </mxCell>
        <mxCell id="ggqYYXc8T07ypDqH9P09-80" parent="ggqYYXc8T07ypDqH9P09-78" style="shape=partialRectangle;connectable=0;fillColor=none;top=0;left=0;bottom=0;right=0;align=left;spacingLeft=6;overflow=hidden;whiteSpace=wrap;html=1;" value="size" vertex="1">
          <mxGeometry height="30" width="150" x="30" as="geometry">
            <mxRectangle height="30" width="150" as="alternateBounds" />
          </mxGeometry>
        </mxCell>
        <mxCell id="ggqYYXc8T07ypDqH9P09-81" parent="ggqYYXc8T07ypDqH9P09-65" style="shape=tableRow;horizontal=0;startSize=0;swimlaneHead=0;swimlaneBody=0;fillColor=none;collapsible=0;dropTarget=0;points=[[0,0.5],[1,0.5]];portConstraint=eastwest;top=0;left=0;right=0;bottom=0;" value="" vertex="1">
          <mxGeometry height="30" width="180" y="180" as="geometry" />
        </mxCell>
        <mxCell id="ggqYYXc8T07ypDqH9P09-82" parent="ggqYYXc8T07ypDqH9P09-81" style="shape=partialRectangle;connectable=0;fillColor=none;top=0;left=0;bottom=0;right=0;editable=1;overflow=hidden;whiteSpace=wrap;html=1;" value="" vertex="1">
          <mxGeometry height="30" width="30" as="geometry">
            <mxRectangle height="30" width="30" as="alternateBounds" />
          </mxGeometry>
        </mxCell>
        <mxCell id="ggqYYXc8T07ypDqH9P09-83" parent="ggqYYXc8T07ypDqH9P09-81" style="shape=partialRectangle;connectable=0;fillColor=none;top=0;left=0;bottom=0;right=0;align=left;spacingLeft=6;overflow=hidden;whiteSpace=wrap;html=1;" value="percentage" vertex="1">
          <mxGeometry height="30" width="150" x="30" as="geometry">
            <mxRectangle height="30" width="150" as="alternateBounds" />
          </mxGeometry>
        </mxCell>
        <mxCell id="ggqYYXc8T07ypDqH9P09-84" parent="ggqYYXc8T07ypDqH9P09-65" style="shape=tableRow;horizontal=0;startSize=0;swimlaneHead=0;swimlaneBody=0;fillColor=none;collapsible=0;dropTarget=0;points=[[0,0.5],[1,0.5]];portConstraint=eastwest;top=0;left=0;right=0;bottom=0;" value="" vertex="1">
          <mxGeometry height="30" width="180" y="210" as="geometry" />
        </mxCell>
        <mxCell id="ggqYYXc8T07ypDqH9P09-85" parent="ggqYYXc8T07ypDqH9P09-84" style="shape=partialRectangle;connectable=0;fillColor=none;top=0;left=0;bottom=0;right=0;editable=1;overflow=hidden;whiteSpace=wrap;html=1;" value="" vertex="1">
          <mxGeometry height="30" width="30" as="geometry">
            <mxRectangle height="30" width="30" as="alternateBounds" />
          </mxGeometry>
        </mxCell>
        <mxCell id="ggqYYXc8T07ypDqH9P09-86" parent="ggqYYXc8T07ypDqH9P09-84" style="shape=partialRectangle;connectable=0;fillColor=none;top=0;left=0;bottom=0;right=0;align=left;spacingLeft=6;overflow=hidden;whiteSpace=wrap;html=1;" value="type" vertex="1">
          <mxGeometry height="30" width="150" x="30" as="geometry">
            <mxRectangle height="30" width="150" as="alternateBounds" />
          </mxGeometry>
        </mxCell>
        <mxCell id="ggqYYXc8T07ypDqH9P09-87" parent="ggqYYXc8T07ypDqH9P09-65" style="shape=tableRow;horizontal=0;startSize=0;swimlaneHead=0;swimlaneBody=0;fillColor=none;collapsible=0;dropTarget=0;points=[[0,0.5],[1,0.5]];portConstraint=eastwest;top=0;left=0;right=0;bottom=0;" value="" vertex="1">
          <mxGeometry height="30" width="180" y="240" as="geometry" />
        </mxCell>
        <mxCell id="ggqYYXc8T07ypDqH9P09-88" parent="ggqYYXc8T07ypDqH9P09-87" style="shape=partialRectangle;connectable=0;fillColor=none;top=0;left=0;bottom=0;right=0;editable=1;overflow=hidden;whiteSpace=wrap;html=1;" value="" vertex="1">
          <mxGeometry height="30" width="30" as="geometry">
            <mxRectangle height="30" width="30" as="alternateBounds" />
          </mxGeometry>
        </mxCell>
        <mxCell id="ggqYYXc8T07ypDqH9P09-89" parent="ggqYYXc8T07ypDqH9P09-87" style="shape=partialRectangle;connectable=0;fillColor=none;top=0;left=0;bottom=0;right=0;align=left;spacingLeft=6;overflow=hidden;whiteSpace=wrap;html=1;" value="condominium_id" vertex="1">
          <mxGeometry height="30" width="150" x="30" as="geometry">
            <mxRectangle height="30" width="150" as="alternateBounds" />
          </mxGeometry>
        </mxCell>
        <mxCell id="ggqYYXc8T07ypDqH9P09-90" parent="ggqYYXc8T07ypDqH9P09-65" style="shape=tableRow;horizontal=0;startSize=0;swimlaneHead=0;swimlaneBody=0;fillColor=none;collapsible=0;dropTarget=0;points=[[0,0.5],[1,0.5]];portConstraint=eastwest;top=0;left=0;right=0;bottom=0;" value="" vertex="1">
          <mxGeometry height="30" width="180" y="270" as="geometry" />
        </mxCell>
        <mxCell id="ggqYYXc8T07ypDqH9P09-91" parent="ggqYYXc8T07ypDqH9P09-90" style="shape=partialRectangle;connectable=0;fillColor=none;top=0;left=0;bottom=0;right=0;editable=1;overflow=hidden;whiteSpace=wrap;html=1;" value="" vertex="1">
          <mxGeometry height="30" width="30" as="geometry">
            <mxRectangle height="30" width="30" as="alternateBounds" />
          </mxGeometry>
        </mxCell>
        <mxCell id="ggqYYXc8T07ypDqH9P09-92" parent="ggqYYXc8T07ypDqH9P09-90" style="shape=partialRectangle;connectable=0;fillColor=none;top=0;left=0;bottom=0;right=0;align=left;spacingLeft=6;overflow=hidden;whiteSpace=wrap;html=1;" value="building_type_id" vertex="1">
          <mxGeometry height="30" width="150" x="30" as="geometry">
            <mxRectangle height="30" width="150" as="alternateBounds" />
          </mxGeometry>
        </mxCell>
        <!-- Relationship lines -->
        <mxCell id="ggqYYXc8T07ypDqH9P09-93" edge="1" parent="1" source="ggqYYXc8T07ypDqH9P09-66" style="edgeStyle=orthogonalEdgeStyle;rounded=0;orthogonalLoop=1;jettySize=auto;html=1;" target="ggqYYXc8T07ypDqH9P09-87">
          <mxGeometry relative="1" as="geometry" />
        </mxCell>
      </root>
    </mxGraphModel>
  </diagram>
</mxfile>